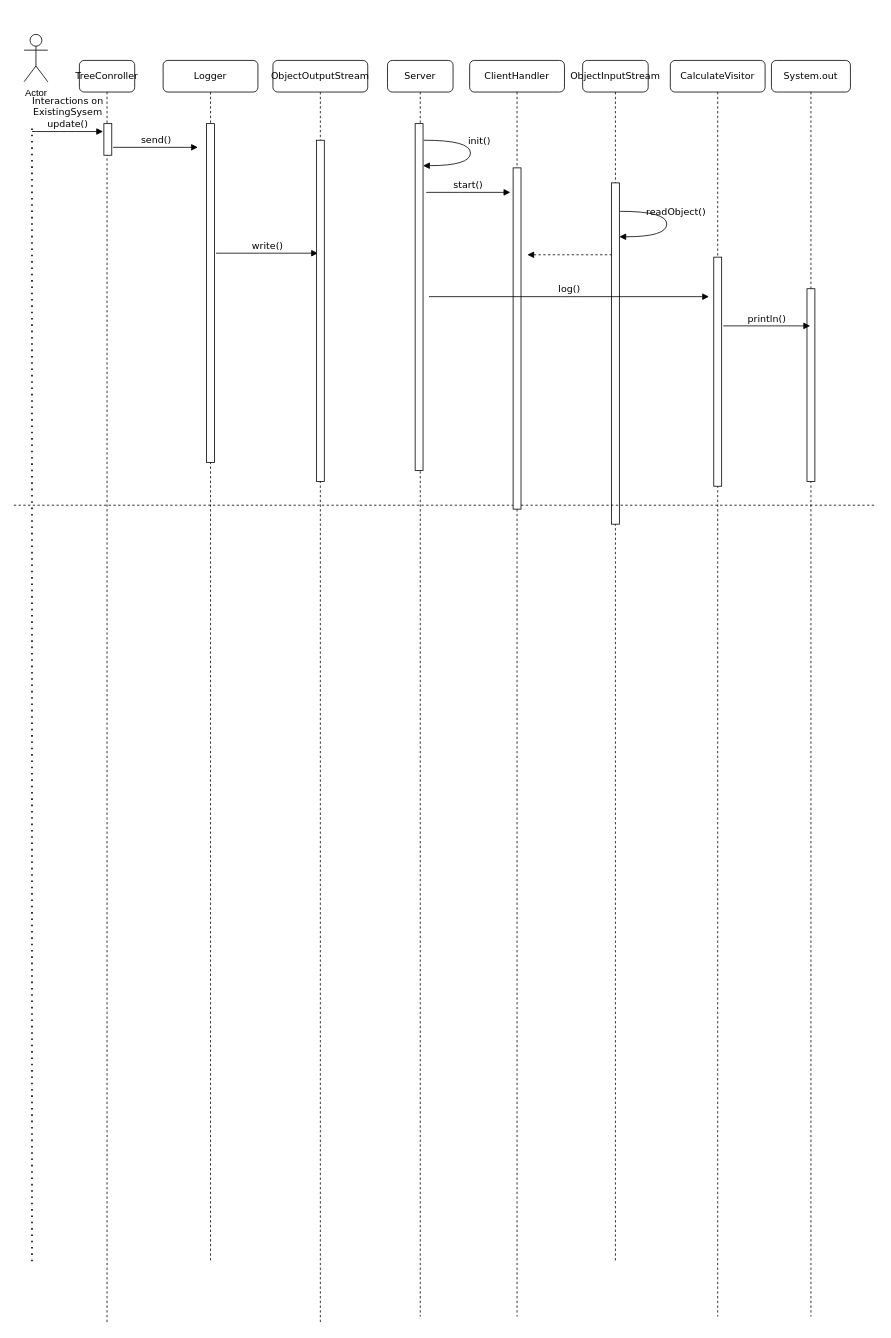
parveshj/577 keeps this draw.io diagram as HW3Q1.drawio. Above is the earlier version. Source tidied: cells renumbered, new cells numbered last; positions are measured from the earlier drawing's top-left corner, leaving out a move shared by most shapes. Both pictures are drawn from the tidied source at 79%, with x=0, y=0 at pixel (13, 34).
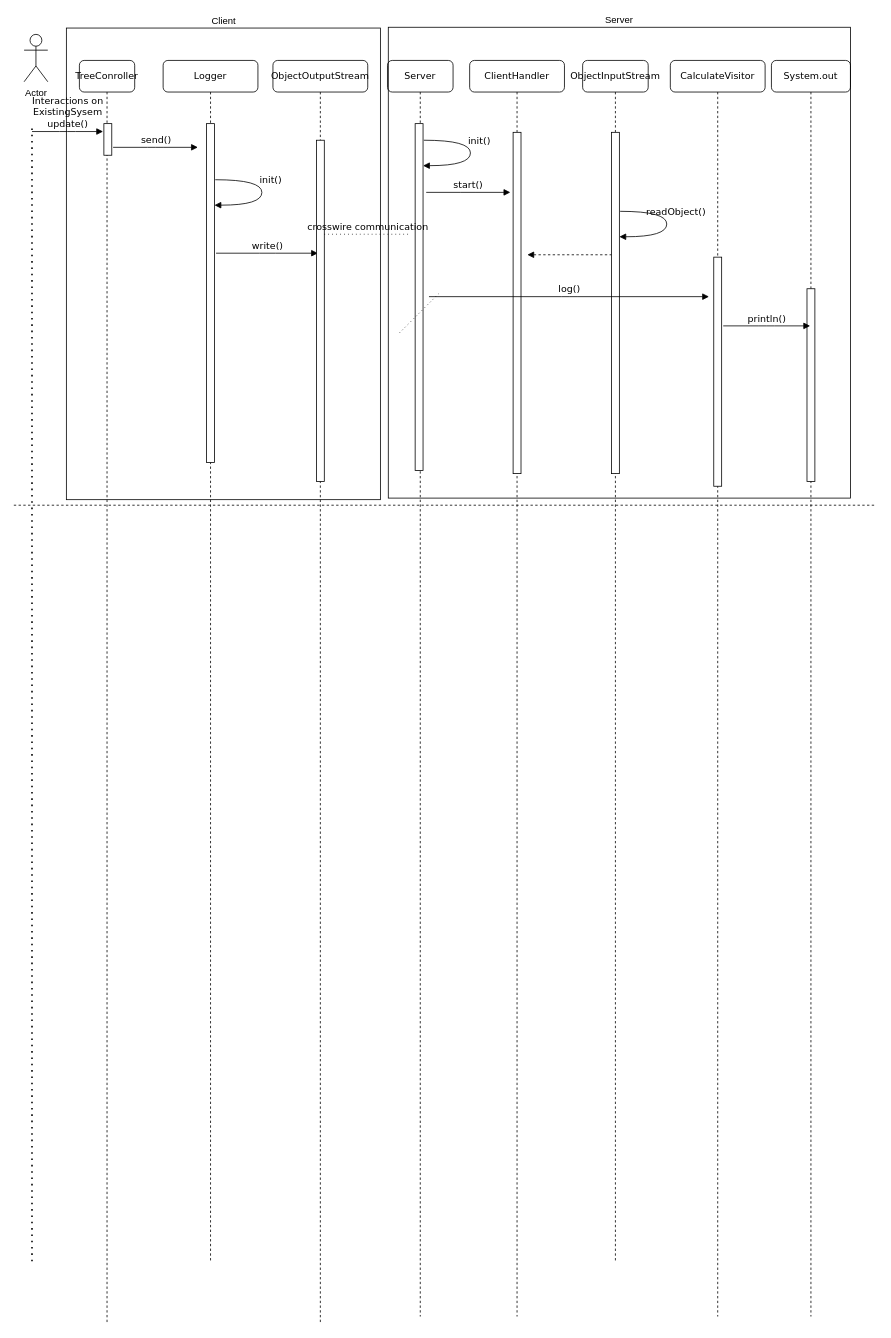
The same diagram, later.

The edit, as a diff of the source:
```diff
@@
     <mxCell id="11" style="html=1;perimeter=orthogonalPerimeter;rounded=0;shadow=0;comic=0;labelBackgroundColor=none;strokeWidth=1;fontFamily=Verdana;fontSize=12;align=center;" parent="1" vertex="1">
-      <mxGeometry x="756.5" y="188" width="10" height="432" as="geometry" />
+      <mxGeometry x="756.5" y="124" width="10" height="432" as="geometry" />
     </mxCell>
@@
     <mxCell id="23" style="html=1;perimeter=orthogonalPerimeter;rounded=0;shadow=0;comic=0;labelBackgroundColor=none;strokeWidth=1;fontFamily=Verdana;fontSize=12;align=center;" parent="1" vertex="1">
-      <mxGeometry x="632" y="169" width="10" height="432" as="geometry" />
+      <mxGeometry x="632" y="124" width="10" height="432" as="geometry" />
     </mxCell>
@@
+    <mxCell id="30" value="crosswire communication" style="html=1;verticalAlign=bottom;endArrow=none;labelBackgroundColor=none;fontFamily=Verdana;fontSize=12;edgeStyle=elbowEdgeStyle;elbow=horizontal;dashed=1;dashPattern=1 4;endFill=0;" parent="1" edge="1">
+      <mxGeometry relative="1" as="geometry">
+        <mxPoint x="393" y="253" as="sourcePoint" />
+        <mxPoint x="503" y="253" as="targetPoint" />
+      </mxGeometry>
+    </mxCell>
+    <mxCell id="31" value="Client" style="rounded=0;html=1;fillColor=none;whiteSpace=wrap;labelPosition=center;verticalLabelPosition=top;align=center;verticalAlign=bottom;" parent="1" vertex="1">
+      <mxGeometry x="66.5" y="-8" width="397.5" height="597" as="geometry" />
+    </mxCell>
+    <mxCell id="32" value="Server" style="rounded=0;whiteSpace=wrap;html=1;labelPosition=center;verticalLabelPosition=top;align=center;verticalAlign=bottom;fillColor=none;" parent="1" vertex="1">
+      <mxGeometry x="474" y="-9" width="585" height="596" as="geometry" />
+    </mxCell>
+    <mxCell id="33" value="init()" style="html=1;verticalAlign=bottom;endArrow=block;labelBackgroundColor=none;fontFamily=Verdana;fontSize=12;elbow=vertical;edgeStyle=orthogonalEdgeStyle;curved=1;exitX=1.1;exitY=0.2;exitDx=0;exitDy=0;exitPerimeter=0;" parent="1" edge="1">
+      <mxGeometry x="-0.09" y="11" relative="1" as="geometry">
+        <mxPoint x="255" y="184" as="sourcePoint" />
+        <mxPoint x="254" y="216.2" as="targetPoint" />
+        <Array as="points">
+          <mxPoint x="314" y="184" />
+          <mxPoint x="314" y="216" />
+        </Array>
+      </mxGeometry>
+    </mxCell>
+    <mxCell id="34" style="endArrow=none;html=1;dashed=1;dashPattern=1 4;" parent="1" edge="1">
+      <mxGeometry relative="1" as="geometry">
+        <mxPoint x="488" y="378" as="sourcePoint" />
+        <mxPoint x="538" y="328" as="targetPoint" />
+      </mxGeometry>
+    </mxCell>
```
